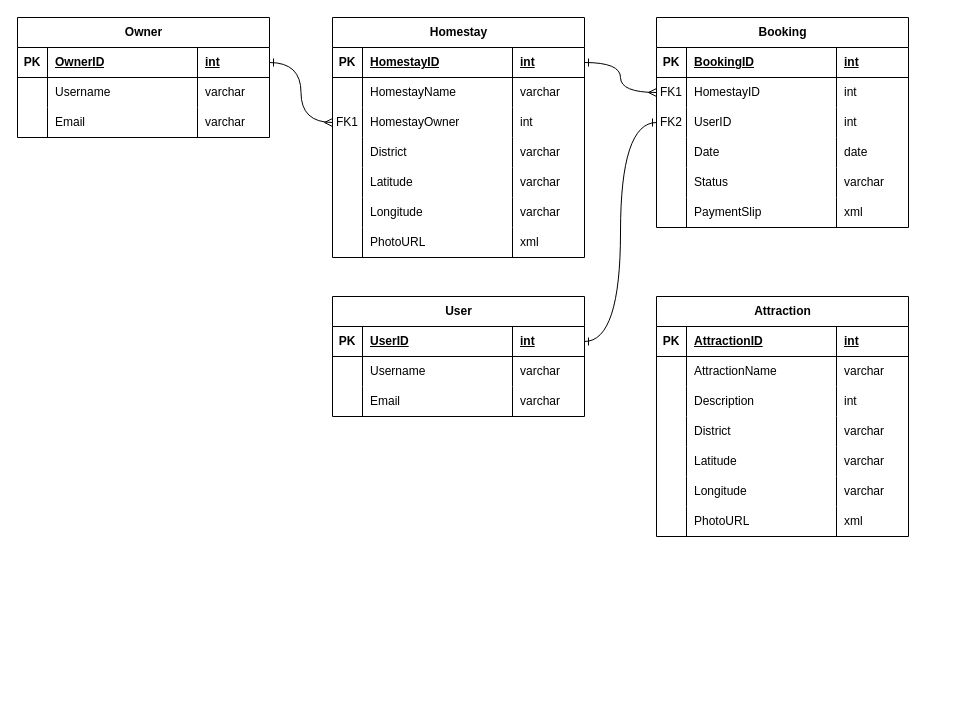
thunwara/BanPinExploreDocument keeps this draw.io diagram as Untitled Diagram.drawio. Above is the earlier version. Source tidied: cells renumbered, new cells numbered last; positions are measured from the earlier drawing's top-left corner, leaving out a move shared by most shapes. Both pictures are drawn from the tidied source at 100%, with x=0, y=0 at pixel (17, 17).
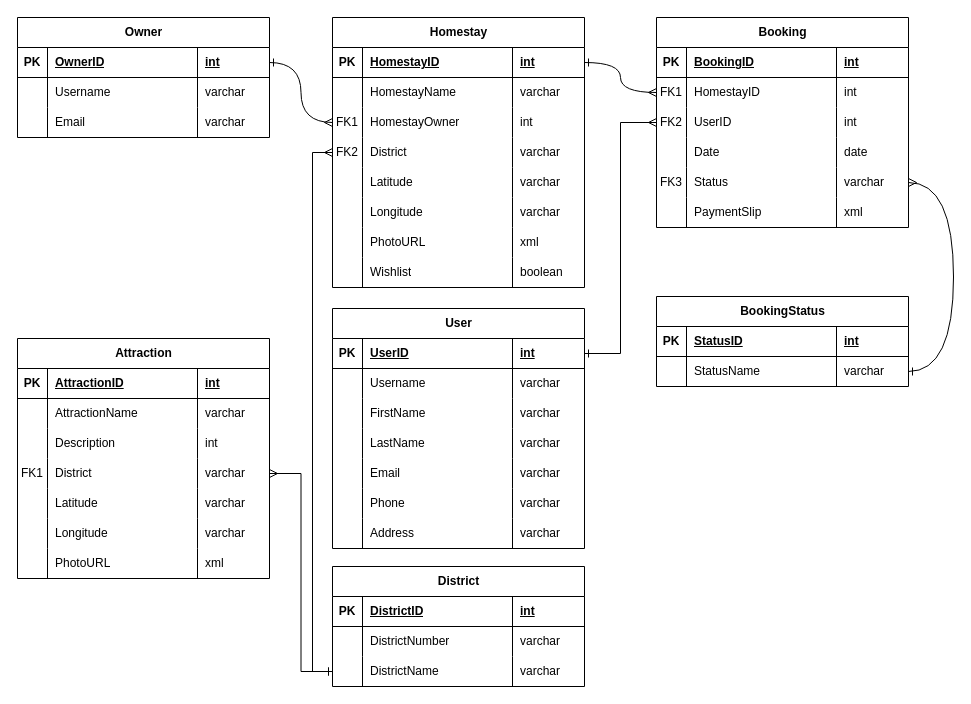
The same diagram, later.

Commit message:
Update Untitled Diagram - added booking status and district.drawio

The change refers to these unchanged cells:
```xml
<mxCell id="15" style="shape=tableRow;horizontal=0;startSize=0;swimlaneHead=0;swimlaneBody=0;fillColor=none;points=[[0,0.5],[1,0.5]];portConstraint=eastwest;top=0;left=0;right=0;bottom=0;" parent="2" vertex="1">
  <mxGeometry y="120" width="252" height="30" as="geometry" />
</mxCell>
<mxCell id="53" style="shape=tableRow;horizontal=0;startSize=0;swimlaneHead=0;swimlaneBody=0;fillColor=none;points=[[0,0.5],[1,0.5]];portConstraint=eastwest;top=0;left=0;right=0;bottom=0;" parent="44" vertex="1">
  <mxGeometry y="90" width="252" height="30" as="geometry" />
</mxCell>
<mxCell id="61" style="shape=tableRow;horizontal=0;startSize=0;swimlaneHead=0;swimlaneBody=0;fillColor=none;points=[[0,0.5],[1,0.5]];portConstraint=eastwest;top=0;left=0;right=0;bottom=0;" parent="44" vertex="1">
  <mxGeometry y="150" width="252" height="30" as="geometry" />
</mxCell>
<mxCell id="82" style="shape=tableRow;horizontal=0;startSize=0;swimlaneHead=0;swimlaneBody=0;fillColor=none;points=[[0,0.5],[1,0.5]];portConstraint=eastwest;top=0;left=0;right=0;bottom=0;" parent="69" vertex="1">
  <mxGeometry y="120" width="252" height="30" as="geometry" />
</mxCell>
```

The edit, as a diff of the source:
```diff
@@
     <mxCell id="2" value="Homestay" style="shape=table;startSize=30;childLayout=tableLayout;rowLines=0;fontStyle=1;align=center;html=1;" parent="1" vertex="1">
-      <mxGeometry x="315" width="252" height="240" as="geometry" />
+      <mxGeometry x="315" width="252" height="270" as="geometry" />
     </mxCell>
@@
-    <mxCell id="16" style="shape=partialRectangle;fillColor=none;top=0;left=0;bottom=0;right=0;overflow=hidden;whiteSpace=wrap;html=1;" parent="15" vertex="1">
+    <mxCell id="16" value="FK2" style="shape=partialRectangle;fillColor=none;top=0;left=0;bottom=0;right=0;overflow=hidden;whiteSpace=wrap;html=1;" parent="15" vertex="1">
       <mxGeometry width="30" height="30" as="geometry" />
     </mxCell>
@@
+    <mxCell id="114" style="shape=tableRow;horizontal=0;startSize=0;swimlaneHead=0;swimlaneBody=0;fillColor=none;top=0;left=0;right=0;bottom=0;" parent="2" vertex="1">
+      <mxGeometry y="210" width="252" height="30" as="geometry" />
+    </mxCell>
+    <mxCell id="115" style="shape=partialRectangle;fillColor=none;top=0;left=0;bottom=0;right=0;overflow=hidden;whiteSpace=wrap;html=1;" parent="114" vertex="1">
+      <mxGeometry width="30" height="30" as="geometry" />
+    </mxCell>
+    <mxCell id="116" value="PhotoURL" style="shape=partialRectangle;fillColor=none;top=0;left=0;bottom=0;right=0;align=left;spacingLeft=6;overflow=hidden;whiteSpace=wrap;html=1;" parent="114" vertex="1">
+      <mxGeometry x="30" width="150" height="30" as="geometry" />
+    </mxCell>
+    <mxCell id="117" value="xml" style="shape=partialRectangle;fillColor=none;top=0;left=0;bottom=0;right=0;align=left;spacingLeft=6;overflow=hidden;whiteSpace=wrap;html=1;" parent="114" vertex="1">
+      <mxGeometry x="180" width="72" height="30" as="geometry" />
+    </mxCell>
     <mxCell id="27" style="shape=tableRow;horizontal=0;startSize=0;swimlaneHead=0;swimlaneBody=0;fillColor=none;top=0;left=0;right=0;bottom=0;" parent="2" vertex="1">
-      <mxGeometry y="210" width="252" height="30" as="geometry" />
+      <mxGeometry y="240" width="252" height="30" as="geometry" />
     </mxCell>
@@
-    <mxCell id="29" value="PhotoURL" style="shape=partialRectangle;fillColor=none;top=0;left=0;bottom=0;right=0;align=left;spacingLeft=6;overflow=hidden;whiteSpace=wrap;html=1;" parent="27" vertex="1">
+    <mxCell id="29" value="Wishlist" style="shape=partialRectangle;fillColor=none;top=0;left=0;bottom=0;right=0;align=left;spacingLeft=6;overflow=hidden;whiteSpace=wrap;html=1;" parent="27" vertex="1">
       <mxGeometry x="30" width="150" height="30" as="geometry" />
     </mxCell>
-    <mxCell id="30" value="xml" style="shape=partialRectangle;fillColor=none;top=0;left=0;bottom=0;right=0;align=left;spacingLeft=6;overflow=hidden;whiteSpace=wrap;html=1;" parent="27" vertex="1">
+    <mxCell id="30" value="boolean" style="shape=partialRectangle;fillColor=none;top=0;left=0;bottom=0;right=0;align=left;spacingLeft=6;overflow=hidden;whiteSpace=wrap;html=1;" parent="27" vertex="1">
       <mxGeometry x="180" width="72" height="30" as="geometry" />
     </mxCell>
-    <mxCell id="31" value="User" style="shape=table;startSize=30;childLayout=tableLayout;rowLines=0;fontStyle=1;align=center;html=1;" parent="1" vertex="1">
-      <mxGeometry x="315" y="279" width="252" height="120" as="geometry" />
-    </mxCell>
-    <mxCell id="32" style="shape=tableRow;horizontal=0;startSize=0;swimlaneHead=0;swimlaneBody=0;fillColor=none;points=[[0,0.5],[1,0.5]];portConstraint=eastwest;top=0;left=0;right=0;bottom=1;" parent="31" vertex="1">
-      <mxGeometry y="30" width="252" height="30" as="geometry" />
-    </mxCell>
-    <mxCell id="33" value="PK" style="shape=partialRectangle;fillColor=none;top=0;left=0;bottom=0;right=0;fontStyle=1;overflow=hidden;whiteSpace=wrap;html=1;" parent="32" vertex="1">
-      <mxGeometry width="30" height="30" as="geometry" />
-    </mxCell>
-    <mxCell id="34" value="UserID" style="shape=partialRectangle;fillColor=none;top=0;left=0;bottom=0;right=0;align=left;spacingLeft=6;fontStyle=5;overflow=hidden;whiteSpace=wrap;html=1;" parent="32" vertex="1">
-      <mxGeometry x="30" width="150" height="30" as="geometry" />
-    </mxCell>
-    <mxCell id="35" value="int" style="shape=partialRectangle;fillColor=none;top=0;left=0;bottom=0;right=0;align=left;spacingLeft=6;fontStyle=5;overflow=hidden;whiteSpace=wrap;html=1;" parent="32" vertex="1">
-      <mxGeometry x="180" width="72" height="30" as="geometry" />
-    </mxCell>
-    <mxCell id="36" style="shape=tableRow;horizontal=0;startSize=0;swimlaneHead=0;swimlaneBody=0;fillColor=none;top=0;left=0;right=0;bottom=0;" parent="31" vertex="1">
-      <mxGeometry y="60" width="252" height="30" as="geometry" />
-    </mxCell>
-    <mxCell id="37" style="shape=partialRectangle;fillColor=none;top=0;left=0;bottom=0;right=0;overflow=hidden;whiteSpace=wrap;html=1;" parent="36" vertex="1">
-      <mxGeometry width="30" height="30" as="geometry" />
-    </mxCell>
-    <mxCell id="38" value="Username" style="shape=partialRectangle;fillColor=none;top=0;left=0;bottom=0;right=0;align=left;spacingLeft=6;overflow=hidden;whiteSpace=wrap;html=1;" parent="36" vertex="1">
-      <mxGeometry x="30" width="150" height="30" as="geometry" />
-    </mxCell>
-    <mxCell id="39" value="varchar" style="shape=partialRectangle;fillColor=none;top=0;left=0;bottom=0;right=0;align=left;spacingLeft=6;overflow=hidden;whiteSpace=wrap;html=1;" parent="36" vertex="1">
-      <mxGeometry x="180" width="72" height="30" as="geometry" />
-    </mxCell>
-    <mxCell id="40" style="shape=tableRow;horizontal=0;startSize=0;swimlaneHead=0;swimlaneBody=0;fillColor=none;top=0;left=0;right=0;bottom=0;" parent="31" vertex="1">
-      <mxGeometry y="90" width="252" height="30" as="geometry" />
-    </mxCell>
-    <mxCell id="41" style="shape=partialRectangle;fillColor=none;top=0;left=0;bottom=0;right=0;overflow=hidden;whiteSpace=wrap;html=1;" parent="40" vertex="1">
-      <mxGeometry width="30" height="30" as="geometry" />
-    </mxCell>
-    <mxCell id="42" value="Email" style="shape=partialRectangle;fillColor=none;top=0;left=0;bottom=0;right=0;align=left;spacingLeft=6;overflow=hidden;whiteSpace=wrap;html=1;" parent="40" vertex="1">
-      <mxGeometry x="30" width="150" height="30" as="geometry" />
-    </mxCell>
-    <mxCell id="43" value="varchar" style="shape=partialRectangle;fillColor=none;top=0;left=0;bottom=0;right=0;align=left;spacingLeft=6;overflow=hidden;whiteSpace=wrap;html=1;" parent="40" vertex="1">
-      <mxGeometry x="180" width="72" height="30" as="geometry" />
-    </mxCell>
@@
-    <mxCell id="62" style="shape=partialRectangle;fillColor=none;top=0;left=0;bottom=0;right=0;overflow=hidden;whiteSpace=wrap;html=1;" parent="61" vertex="1">
+    <mxCell id="62" value="FK3" style="shape=partialRectangle;fillColor=none;top=0;left=0;bottom=0;right=0;overflow=hidden;whiteSpace=wrap;html=1;" parent="61" vertex="1">
       <mxGeometry width="30" height="30" as="geometry" />
     </mxCell>
@@
     <mxCell id="69" value="Attraction" style="shape=table;startSize=30;childLayout=tableLayout;rowLines=0;fontStyle=1;align=center;html=1;" parent="1" vertex="1">
-      <mxGeometry x="639" y="279" width="252" height="240" as="geometry" />
+      <mxGeometry y="321" width="252" height="240" as="geometry" />
     </mxCell>
@@
-    <mxCell id="83" style="shape=partialRectangle;fillColor=none;top=0;left=0;bottom=0;right=0;overflow=hidden;whiteSpace=wrap;html=1;" parent="82" vertex="1">
+    <mxCell id="83" value="FK1" style="shape=partialRectangle;fillColor=none;top=0;left=0;bottom=0;right=0;overflow=hidden;whiteSpace=wrap;html=1;" parent="82" vertex="1">
       <mxGeometry width="30" height="30" as="geometry" />
     </mxCell>
@@
-    <mxCell id="112" style="edgeStyle=orthogonalEdgeStyle;rounded=0;jettySize=auto;html=1;exitX=1;exitY=0.5;exitDx=0;exitDy=0;curved=1;endArrow=ERone;endFill=0;startArrow=ERone;startFill=0;" parent="1" edge="1" source="32" target="53">
-      <mxGeometry relative="1" as="geometry" />
-    </mxCell>
@@
+    <mxCell id="118" value="District" style="shape=table;startSize=30;childLayout=tableLayout;rowLines=0;fontStyle=1;align=center;html=1;" parent="1" vertex="1">
+      <mxGeometry x="315" y="549" width="252" height="120" as="geometry" />
+    </mxCell>
+    <mxCell id="119" style="shape=tableRow;horizontal=0;startSize=0;swimlaneHead=0;swimlaneBody=0;fillColor=none;top=0;left=0;right=0;bottom=1;" parent="118" vertex="1">
+      <mxGeometry y="30" width="252" height="30" as="geometry" />
+    </mxCell>
+    <mxCell id="120" value="PK" style="shape=partialRectangle;fillColor=none;top=0;left=0;bottom=0;right=0;fontStyle=1;overflow=hidden;whiteSpace=wrap;html=1;" parent="119" vertex="1">
+      <mxGeometry width="30" height="30" as="geometry" />
+    </mxCell>
+    <mxCell id="121" value="DistrictID" style="shape=partialRectangle;fillColor=none;top=0;left=0;bottom=0;right=0;align=left;spacingLeft=6;fontStyle=5;overflow=hidden;whiteSpace=wrap;html=1;" parent="119" vertex="1">
+      <mxGeometry x="30" width="150" height="30" as="geometry" />
+    </mxCell>
+    <mxCell id="122" value="int" style="shape=partialRectangle;fillColor=none;top=0;left=0;bottom=0;right=0;align=left;spacingLeft=6;fontStyle=5;overflow=hidden;whiteSpace=wrap;html=1;" parent="119" vertex="1">
+      <mxGeometry x="180" width="72" height="30" as="geometry" />
+    </mxCell>
+    <mxCell id="123" style="shape=tableRow;horizontal=0;startSize=0;swimlaneHead=0;swimlaneBody=0;fillColor=none;top=0;left=0;right=0;bottom=0;" parent="118" vertex="1">
+      <mxGeometry y="60" width="252" height="30" as="geometry" />
+    </mxCell>
+    <mxCell id="124" style="shape=partialRectangle;fillColor=none;top=0;left=0;bottom=0;right=0;overflow=hidden;whiteSpace=wrap;html=1;" parent="123" vertex="1">
+      <mxGeometry width="30" height="30" as="geometry" />
+    </mxCell>
+    <mxCell id="125" value="DistrictNumber" style="shape=partialRectangle;fillColor=none;top=0;left=0;bottom=0;right=0;align=left;spacingLeft=6;overflow=hidden;whiteSpace=wrap;html=1;" parent="123" vertex="1">
+      <mxGeometry x="30" width="150" height="30" as="geometry" />
+    </mxCell>
+    <mxCell id="126" value="varchar" style="shape=partialRectangle;fillColor=none;top=0;left=0;bottom=0;right=0;align=left;spacingLeft=6;overflow=hidden;whiteSpace=wrap;html=1;" parent="123" vertex="1">
+      <mxGeometry x="180" width="72" height="30" as="geometry" />
+    </mxCell>
+    <mxCell id="127" style="shape=tableRow;horizontal=0;startSize=0;swimlaneHead=0;swimlaneBody=0;fillColor=none;points=[[0,0.5],[1,0.5]];portConstraint=eastwest;top=0;left=0;right=0;bottom=0;" parent="118" vertex="1">
+      <mxGeometry y="90" width="252" height="30" as="geometry" />
+    </mxCell>
+    <mxCell id="128" style="shape=partialRectangle;fillColor=none;top=0;left=0;bottom=0;right=0;overflow=hidden;whiteSpace=wrap;html=1;" parent="127" vertex="1">
+      <mxGeometry width="30" height="30" as="geometry" />
+    </mxCell>
+    <mxCell id="129" value="DistrictName" style="shape=partialRectangle;fillColor=none;top=0;left=0;bottom=0;right=0;align=left;spacingLeft=6;overflow=hidden;whiteSpace=wrap;html=1;" parent="127" vertex="1">
+      <mxGeometry x="30" width="150" height="30" as="geometry" />
+    </mxCell>
+    <mxCell id="130" value="varchar" style="shape=partialRectangle;fillColor=none;top=0;left=0;bottom=0;right=0;align=left;spacingLeft=6;overflow=hidden;whiteSpace=wrap;html=1;" parent="127" vertex="1">
+      <mxGeometry x="180" width="72" height="30" as="geometry" />
+    </mxCell>
+    <mxCell id="131" style="edgeStyle=orthogonalEdgeStyle;rounded=0;jettySize=auto;html=1;curved=0;endArrow=ERmany;endFill=0;startArrow=ERone;startFill=0;exitX=0;exitY=0.5;exitDx=0;exitDy=0;" parent="1" edge="1" source="127" target="82">
+      <mxGeometry relative="1" as="geometry" />
+    </mxCell>
+    <mxCell id="132" value="BookingStatus" style="shape=table;startSize=30;childLayout=tableLayout;rowLines=0;fontStyle=1;align=center;html=1;" parent="1" vertex="1">
+      <mxGeometry x="639" y="279" width="252" height="90" as="geometry" />
+    </mxCell>
+    <mxCell id="133" style="shape=tableRow;horizontal=0;startSize=0;swimlaneHead=0;swimlaneBody=0;fillColor=none;top=0;left=0;right=0;bottom=1;" parent="132" vertex="1">
+      <mxGeometry y="30" width="252" height="30" as="geometry" />
+    </mxCell>
+    <mxCell id="134" value="PK" style="shape=partialRectangle;fillColor=none;top=0;left=0;bottom=0;right=0;fontStyle=1;overflow=hidden;whiteSpace=wrap;html=1;" parent="133" vertex="1">
+      <mxGeometry width="30" height="30" as="geometry" />
+    </mxCell>
+    <mxCell id="135" value="StatusID" style="shape=partialRectangle;fillColor=none;top=0;left=0;bottom=0;right=0;align=left;spacingLeft=6;fontStyle=5;overflow=hidden;whiteSpace=wrap;html=1;" parent="133" vertex="1">
+      <mxGeometry x="30" width="150" height="30" as="geometry" />
+    </mxCell>
+    <mxCell id="136" value="int" style="shape=partialRectangle;fillColor=none;top=0;left=0;bottom=0;right=0;align=left;spacingLeft=6;fontStyle=5;overflow=hidden;whiteSpace=wrap;html=1;" parent="133" vertex="1">
+      <mxGeometry x="180" width="72" height="30" as="geometry" />
+    </mxCell>
+    <mxCell id="137" style="shape=tableRow;horizontal=0;startSize=0;swimlaneHead=0;swimlaneBody=0;fillColor=none;points=[[0,0.5],[1,0.5]];portConstraint=eastwest;top=0;left=0;right=0;bottom=0;" parent="132" vertex="1">
+      <mxGeometry y="60" width="252" height="30" as="geometry" />
+    </mxCell>
+    <mxCell id="138" style="shape=partialRectangle;fillColor=none;top=0;left=0;bottom=0;right=0;overflow=hidden;whiteSpace=wrap;html=1;" parent="137" vertex="1">
+      <mxGeometry width="30" height="30" as="geometry" />
+    </mxCell>
+    <mxCell id="139" value="StatusName" style="shape=partialRectangle;fillColor=none;top=0;left=0;bottom=0;right=0;align=left;spacingLeft=6;overflow=hidden;whiteSpace=wrap;html=1;" parent="137" vertex="1">
+      <mxGeometry x="30" width="150" height="30" as="geometry" />
+    </mxCell>
+    <mxCell id="140" value="varchar" style="shape=partialRectangle;fillColor=none;top=0;left=0;bottom=0;right=0;align=left;spacingLeft=6;overflow=hidden;whiteSpace=wrap;html=1;" parent="137" vertex="1">
+      <mxGeometry x="180" width="72" height="30" as="geometry" />
+    </mxCell>
+    <mxCell id="141" style="edgeStyle=orthogonalEdgeStyle;rounded=0;jettySize=auto;html=1;curved=1;exitX=1;exitY=0.5;exitDx=0;exitDy=0;startArrow=ERone;startFill=0;endArrow=ERmany;endFill=0;" parent="1" edge="1" source="137" target="61">
+      <mxGeometry relative="1" as="geometry">
+        <Array as="points">
+          <mxPoint x="936" y="354" />
+          <mxPoint x="936" y="165" />
+        </Array>
+      </mxGeometry>
+    </mxCell>
+    <mxCell id="142" style="edgeStyle=orthogonalEdgeStyle;rounded=0;jettySize=auto;html=1;exitX=0;exitY=0.5;exitDx=0;exitDy=0;entryX=0;entryY=0.5;entryDx=0;entryDy=0;curved=0;startArrow=ERone;startFill=0;endArrow=ERmany;endFill=0;" parent="1" edge="1" source="127" target="15">
+      <mxGeometry relative="1" as="geometry" />
+    </mxCell>
+    <mxCell id="31" value="User" style="shape=table;startSize=30;childLayout=tableLayout;rowLines=0;fontStyle=1;align=center;html=1;" parent="1" vertex="1">
+      <mxGeometry x="315" y="291" width="252" height="240" as="geometry" />
+    </mxCell>
+    <mxCell id="143" style="shape=tableRow;horizontal=0;startSize=0;swimlaneHead=0;swimlaneBody=0;fillColor=none;points=[[0,0.5],[1,0.5]];portConstraint=eastwest;top=0;left=0;right=0;bottom=1;" parent="31" vertex="1">
+      <mxGeometry y="30" width="252" height="30" as="geometry" />
+    </mxCell>
+    <mxCell id="144" value="PK" style="shape=partialRectangle;fillColor=none;top=0;left=0;bottom=0;right=0;fontStyle=1;overflow=hidden;whiteSpace=wrap;html=1;" parent="143" vertex="1">
+      <mxGeometry width="30" height="30" as="geometry" />
+    </mxCell>
+    <mxCell id="34" value="UserID" style="shape=partialRectangle;fillColor=none;top=0;left=0;bottom=0;right=0;align=left;spacingLeft=6;fontStyle=5;overflow=hidden;whiteSpace=wrap;html=1;" parent="143" vertex="1">
+      <mxGeometry x="30" width="150" height="30" as="geometry" />
+    </mxCell>
+    <mxCell id="145" value="int" style="shape=partialRectangle;fillColor=none;top=0;left=0;bottom=0;right=0;align=left;spacingLeft=6;fontStyle=5;overflow=hidden;whiteSpace=wrap;html=1;" parent="143" vertex="1">
+      <mxGeometry x="180" width="72" height="30" as="geometry" />
+    </mxCell>
+    <mxCell id="146" style="shape=tableRow;horizontal=0;startSize=0;swimlaneHead=0;swimlaneBody=0;fillColor=none;top=0;left=0;right=0;bottom=0;" parent="31" vertex="1">
+      <mxGeometry y="60" width="252" height="30" as="geometry" />
+    </mxCell>
+    <mxCell id="147" style="shape=partialRectangle;fillColor=none;top=0;left=0;bottom=0;right=0;overflow=hidden;whiteSpace=wrap;html=1;" parent="146" vertex="1">
+      <mxGeometry width="30" height="30" as="geometry" />
+    </mxCell>
+    <mxCell id="38" value="Username" style="shape=partialRectangle;fillColor=none;top=0;left=0;bottom=0;right=0;align=left;spacingLeft=6;overflow=hidden;whiteSpace=wrap;html=1;" parent="146" vertex="1">
+      <mxGeometry x="30" width="150" height="30" as="geometry" />
+    </mxCell>
+    <mxCell id="148" value="varchar" style="shape=partialRectangle;fillColor=none;top=0;left=0;bottom=0;right=0;align=left;spacingLeft=6;overflow=hidden;whiteSpace=wrap;html=1;" parent="146" vertex="1">
+      <mxGeometry x="180" width="72" height="30" as="geometry" />
+    </mxCell>
+    <mxCell id="149" style="shape=tableRow;horizontal=0;startSize=0;swimlaneHead=0;swimlaneBody=0;fillColor=none;top=0;left=0;right=0;bottom=0;" parent="31" vertex="1">
+      <mxGeometry y="90" width="252" height="30" as="geometry" />
+    </mxCell>
+    <mxCell id="150" style="shape=partialRectangle;fillColor=none;top=0;left=0;bottom=0;right=0;overflow=hidden;whiteSpace=wrap;html=1;" parent="149" vertex="1">
+      <mxGeometry width="30" height="30" as="geometry" />
+    </mxCell>
+    <mxCell id="151" value="FirstName" style="shape=partialRectangle;fillColor=none;top=0;left=0;bottom=0;right=0;align=left;spacingLeft=6;overflow=hidden;whiteSpace=wrap;html=1;" parent="149" vertex="1">
+      <mxGeometry x="30" width="150" height="30" as="geometry" />
+    </mxCell>
+    <mxCell id="152" value="varchar" style="shape=partialRectangle;fillColor=none;top=0;left=0;bottom=0;right=0;align=left;spacingLeft=6;overflow=hidden;whiteSpace=wrap;html=1;" parent="149" vertex="1">
+      <mxGeometry x="180" width="72" height="30" as="geometry" />
+    </mxCell>
+    <mxCell id="153" style="shape=tableRow;horizontal=0;startSize=0;swimlaneHead=0;swimlaneBody=0;fillColor=none;top=0;left=0;right=0;bottom=0;" parent="31" vertex="1">
+      <mxGeometry y="120" width="252" height="30" as="geometry" />
+    </mxCell>
+    <mxCell id="154" style="shape=partialRectangle;fillColor=none;top=0;left=0;bottom=0;right=0;overflow=hidden;whiteSpace=wrap;html=1;" parent="153" vertex="1">
+      <mxGeometry width="30" height="30" as="geometry" />
+    </mxCell>
+    <mxCell id="155" value="LastName" style="shape=partialRectangle;fillColor=none;top=0;left=0;bottom=0;right=0;align=left;spacingLeft=6;overflow=hidden;whiteSpace=wrap;html=1;" parent="153" vertex="1">
+      <mxGeometry x="30" width="150" height="30" as="geometry" />
+    </mxCell>
+    <mxCell id="156" value="varchar" style="shape=partialRectangle;fillColor=none;top=0;left=0;bottom=0;right=0;align=left;spacingLeft=6;overflow=hidden;whiteSpace=wrap;html=1;" parent="153" vertex="1">
+      <mxGeometry x="180" width="72" height="30" as="geometry" />
+    </mxCell>
+    <mxCell id="157" style="shape=tableRow;horizontal=0;startSize=0;swimlaneHead=0;swimlaneBody=0;fillColor=none;top=0;left=0;right=0;bottom=0;" parent="31" vertex="1">
+      <mxGeometry y="150" width="252" height="30" as="geometry" />
+    </mxCell>
+    <mxCell id="158" style="shape=partialRectangle;fillColor=none;top=0;left=0;bottom=0;right=0;overflow=hidden;whiteSpace=wrap;html=1;" parent="157" vertex="1">
+      <mxGeometry width="30" height="30" as="geometry" />
+    </mxCell>
+    <mxCell id="42" value="Email" style="shape=partialRectangle;fillColor=none;top=0;left=0;bottom=0;right=0;align=left;spacingLeft=6;overflow=hidden;whiteSpace=wrap;html=1;" parent="157" vertex="1">
+      <mxGeometry x="30" width="150" height="30" as="geometry" />
+    </mxCell>
+    <mxCell id="159" value="varchar" style="shape=partialRectangle;fillColor=none;top=0;left=0;bottom=0;right=0;align=left;spacingLeft=6;overflow=hidden;whiteSpace=wrap;html=1;" parent="157" vertex="1">
+      <mxGeometry x="180" width="72" height="30" as="geometry" />
+    </mxCell>
+    <mxCell id="160" style="shape=tableRow;horizontal=0;startSize=0;swimlaneHead=0;swimlaneBody=0;fillColor=none;top=0;left=0;right=0;bottom=0;" parent="31" vertex="1">
+      <mxGeometry y="180" width="252" height="30" as="geometry" />
+    </mxCell>
+    <mxCell id="161" style="shape=partialRectangle;fillColor=none;top=0;left=0;bottom=0;right=0;overflow=hidden;whiteSpace=wrap;html=1;" parent="160" vertex="1">
+      <mxGeometry width="30" height="30" as="geometry" />
+    </mxCell>
+    <mxCell id="162" value="Phone" style="shape=partialRectangle;fillColor=none;top=0;left=0;bottom=0;right=0;align=left;spacingLeft=6;overflow=hidden;whiteSpace=wrap;html=1;" parent="160" vertex="1">
+      <mxGeometry x="30" width="150" height="30" as="geometry" />
+    </mxCell>
+    <mxCell id="163" value="varchar" style="shape=partialRectangle;fillColor=none;top=0;left=0;bottom=0;right=0;align=left;spacingLeft=6;overflow=hidden;whiteSpace=wrap;html=1;" parent="160" vertex="1">
+      <mxGeometry x="180" width="72" height="30" as="geometry" />
+    </mxCell>
+    <mxCell id="164" style="shape=tableRow;horizontal=0;startSize=0;swimlaneHead=0;swimlaneBody=0;fillColor=none;top=0;left=0;right=0;bottom=0;" parent="31" vertex="1">
+      <mxGeometry y="210" width="252" height="30" as="geometry" />
+    </mxCell>
+    <mxCell id="165" style="shape=partialRectangle;fillColor=none;top=0;left=0;bottom=0;right=0;overflow=hidden;whiteSpace=wrap;html=1;" parent="164" vertex="1">
+      <mxGeometry width="30" height="30" as="geometry" />
+    </mxCell>
+    <mxCell id="166" value="Address" style="shape=partialRectangle;fillColor=none;top=0;left=0;bottom=0;right=0;align=left;spacingLeft=6;overflow=hidden;whiteSpace=wrap;html=1;" parent="164" vertex="1">
+      <mxGeometry x="30" width="150" height="30" as="geometry" />
+    </mxCell>
+    <mxCell id="167" value="varchar" style="shape=partialRectangle;fillColor=none;top=0;left=0;bottom=0;right=0;align=left;spacingLeft=6;overflow=hidden;whiteSpace=wrap;html=1;" parent="164" vertex="1">
+      <mxGeometry x="180" width="72" height="30" as="geometry" />
+    </mxCell>
+    <mxCell id="168" style="edgeStyle=orthogonalEdgeStyle;rounded=0;jettySize=auto;html=1;endArrow=ERmany;endFill=0;startArrow=ERone;startFill=0;" parent="1" edge="1" source="143" target="53">
+      <mxGeometry relative="1" as="geometry" />
+    </mxCell>
```
